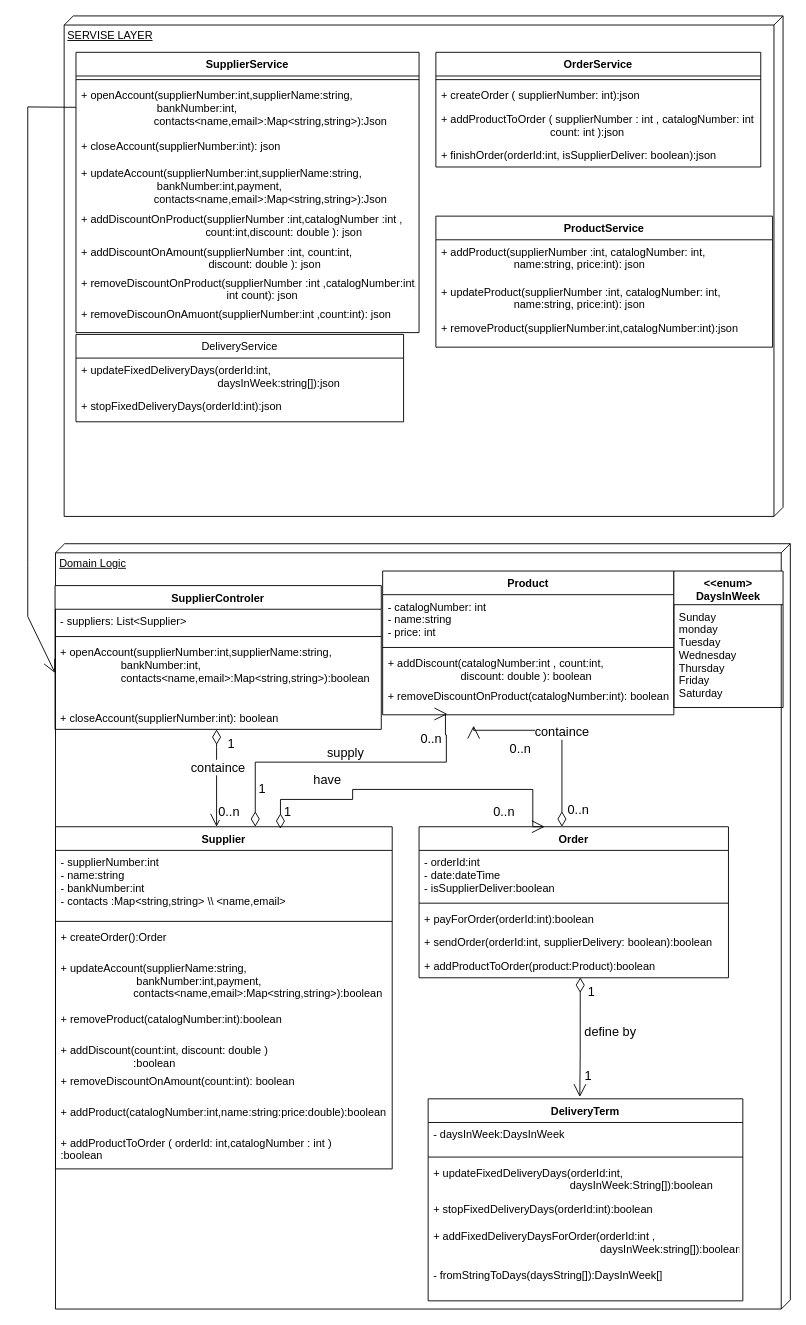
Naveavra/Market keeps this draw.io diagram as page "service-domain" (1 of 2) of docs/diagram.drawio. Above is the earlier version. Source tidied: cells renumbered, new cells numbered last; positions are measured from the earlier drawing's top-left corner, leaving out a move shared by most shapes. Both pictures are drawn from the tidied source at 91%, with x=0, y=0 at pixel (27, 15).
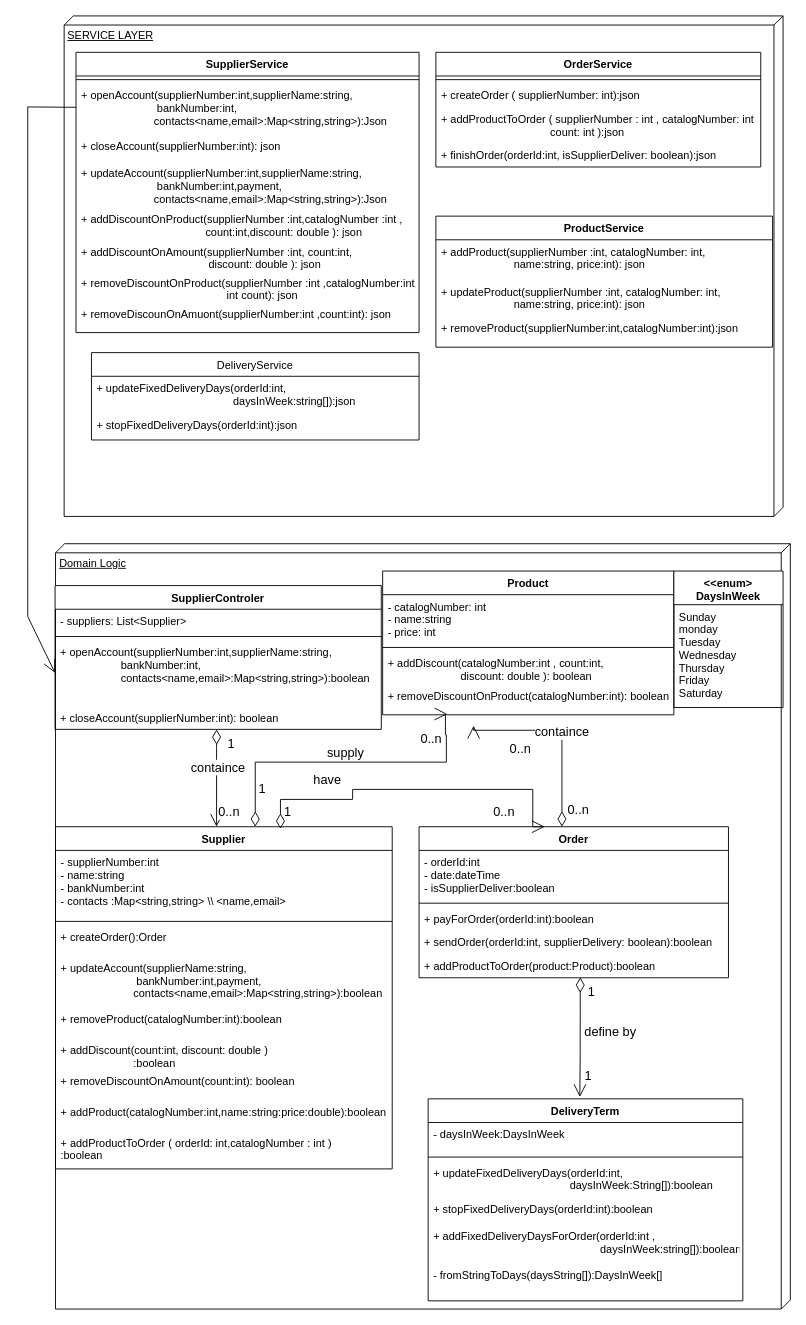
The same page after the edit.

Commit message (it also covers changes not shown here):
Update service layer

Change to the diagram source:
```diff
@@
-    <mxCell id="2" value="SERVISE LAYER&lt;br&gt;&lt;br&gt;" style="verticalAlign=top;align=left;spacingTop=8;spacingLeft=2;spacingRight=12;shape=cube;size=10;direction=south;fontStyle=4;html=1;" parent="1" vertex="1">
+    <mxCell id="2" value="SERVICE LAYER&lt;br&gt;" style="verticalAlign=top;align=left;spacingTop=8;spacingLeft=2;spacingRight=12;shape=cube;size=10;direction=south;fontStyle=4;html=1;" parent="1" vertex="1">
       <mxGeometry x="40" width="790" height="550" as="geometry" />
     </mxCell>
@@
     <mxCell id="21" value="DeliveryService" style="swimlane;fontStyle=0;horizontal=1;startSize=26;fillColor=none;" parent="1" vertex="1">
-      <mxGeometry x="53" y="350" width="360" height="96" as="geometry" />
+      <mxGeometry x="70" y="370" width="360" height="96" as="geometry" />
     </mxCell>
```
